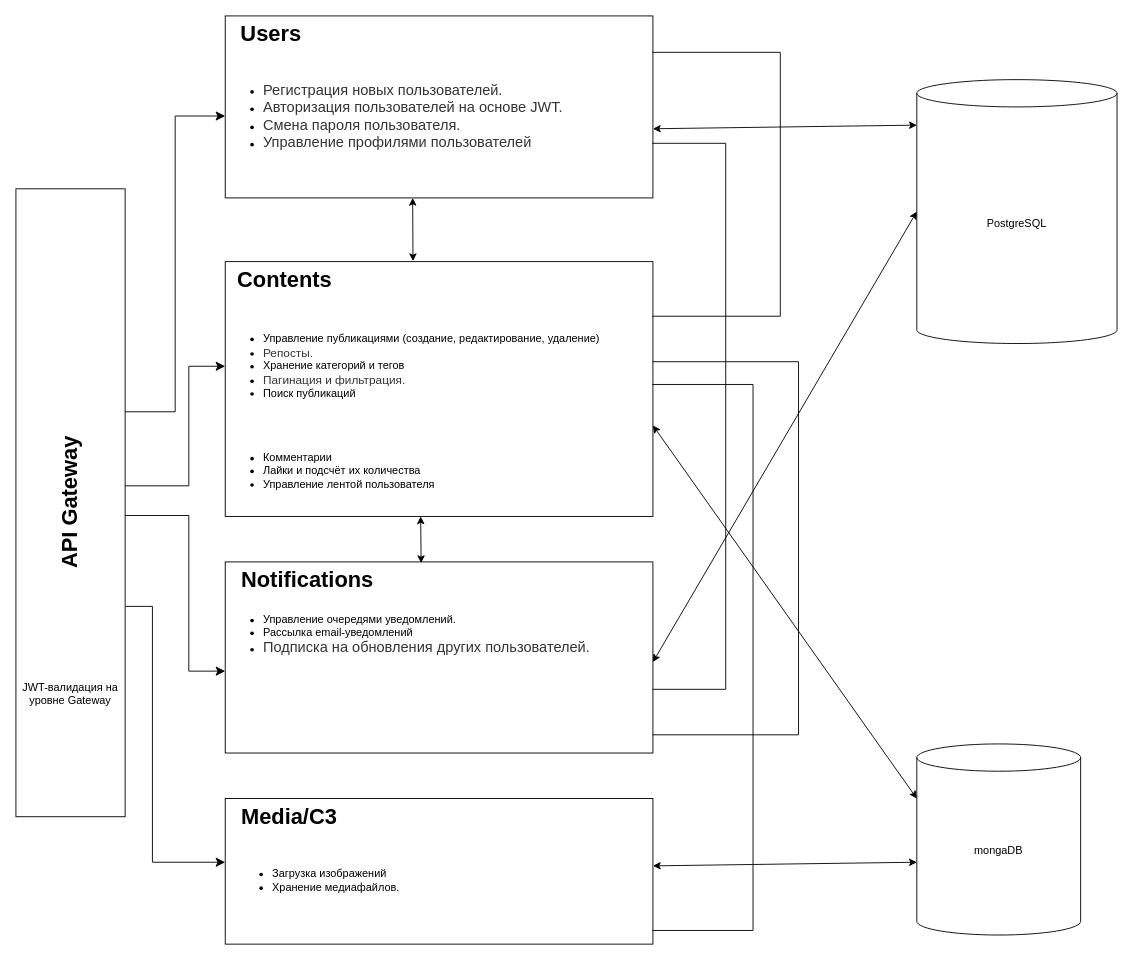
This is specification.drawio from htmlacademy-nestjs/2590563-readme-8, a draw.io file, before an edit. Source tidied: cells renumbered, new cells numbered last; positions are measured from the earlier drawing's top-left corner, leaving out a move shared by most shapes. Both pictures are drawn from the tidied source at 91%, with x=0, y=0 at pixel (-30, 15).
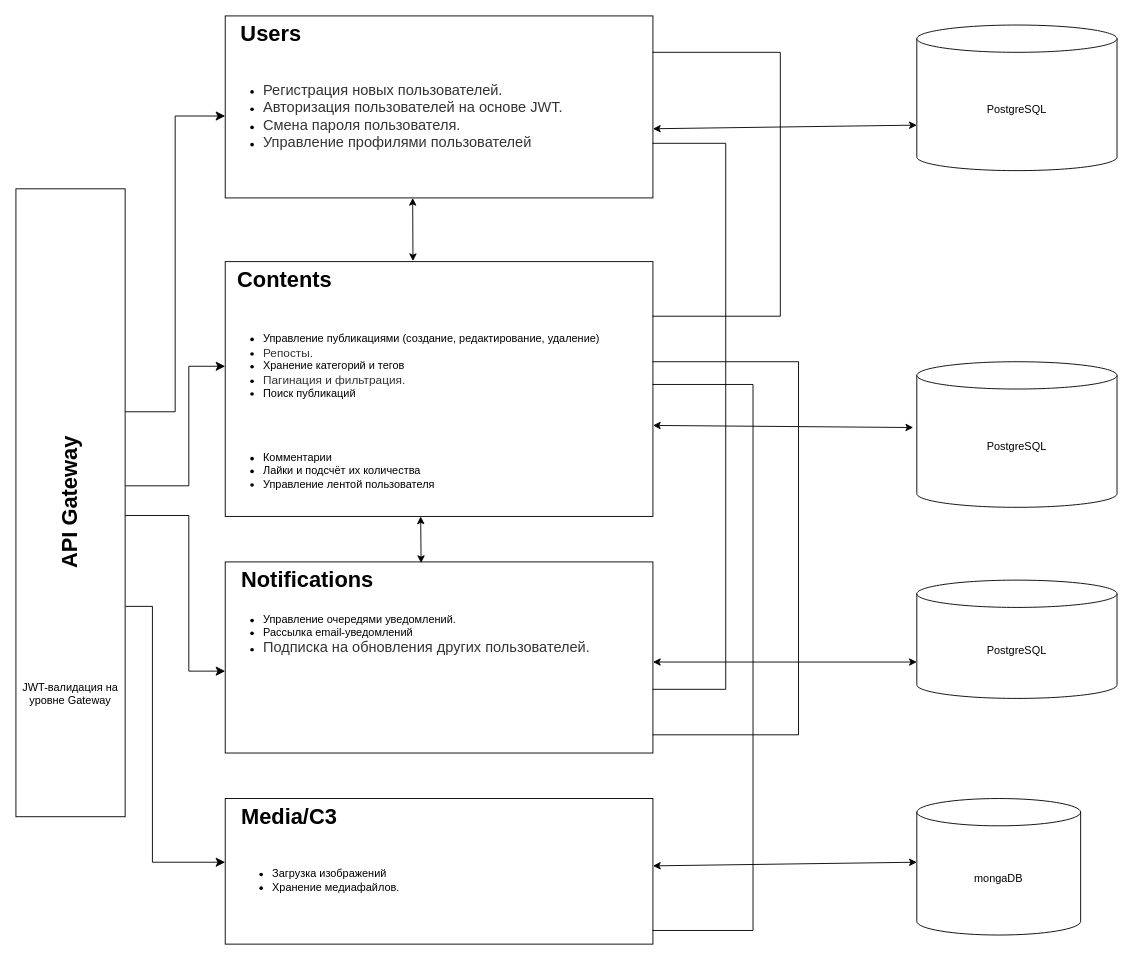
Above is the later version.

Commit message (it also covers changes not shown here):
added new schemes for microservice

What changed in the source:
```diff
@@
     <mxCell id="8" value="PostgreSQL" style="shape=cylinder3;whiteSpace=wrap;html=1;boundedLbl=1;backgroundOutline=1;size=15;" parent="1" vertex="1">
-      <mxGeometry x="1040" y="70" width="220" height="290" as="geometry" />
+      <mxGeometry x="1040" y="10" width="220" height="160" as="geometry" />
     </mxCell>
     <mxCell id="9" value="mongaDB" style="shape=cylinder3;whiteSpace=wrap;html=1;boundedLbl=1;backgroundOutline=1;size=15;" parent="1" vertex="1">
-      <mxGeometry x="1040" y="800" width="180" height="210" as="geometry" />
+      <mxGeometry x="1040" y="860" width="180" height="150" as="geometry" />
     </mxCell>
@@
-    <mxCell id="28" style="endArrow=classic;startArrow=classic;html=1;rounded=0;entryX=0;entryY=0;entryDx=0;entryDy=60;entryPerimeter=0;" parent="1" edge="1" target="9">
+    <mxCell id="28" style="endArrow=classic;startArrow=classic;html=1;rounded=0;entryX=-0.018;entryY=0.452;entryDx=0;entryDy=0;entryPerimeter=0;" parent="1" edge="1" target="35">
       <mxGeometry relative="1" as="geometry">
         <mxPoint x="750" y="450" as="sourcePoint" />
       </mxGeometry>
     </mxCell>
-    <mxCell id="29" style="endArrow=classic;startArrow=classic;html=1;rounded=0;entryX=0;entryY=0.5;entryDx=0;entryDy=0;entryPerimeter=0;" parent="1" edge="1" target="8">
+    <mxCell id="29" style="endArrow=classic;startArrow=classic;html=1;rounded=0;entryX=0;entryY=0;entryDx=0;entryDy=90;entryPerimeter=0;" parent="1" edge="1" target="34">
       <mxGeometry relative="1" as="geometry">
         <mxPoint x="750" y="710" as="sourcePoint" />
       </mxGeometry>
     </mxCell>
@@
+    <mxCell id="34" value="PostgreSQL" style="shape=cylinder3;whiteSpace=wrap;html=1;boundedLbl=1;backgroundOutline=1;size=15;" parent="1" vertex="1">
+      <mxGeometry x="1040" y="620" width="220" height="130" as="geometry" />
+    </mxCell>
+    <mxCell id="35" value="PostgreSQL" style="shape=cylinder3;whiteSpace=wrap;html=1;boundedLbl=1;backgroundOutline=1;size=15;" parent="1" vertex="1">
+      <mxGeometry x="1040" y="380" width="220" height="160" as="geometry" />
+    </mxCell>
```
